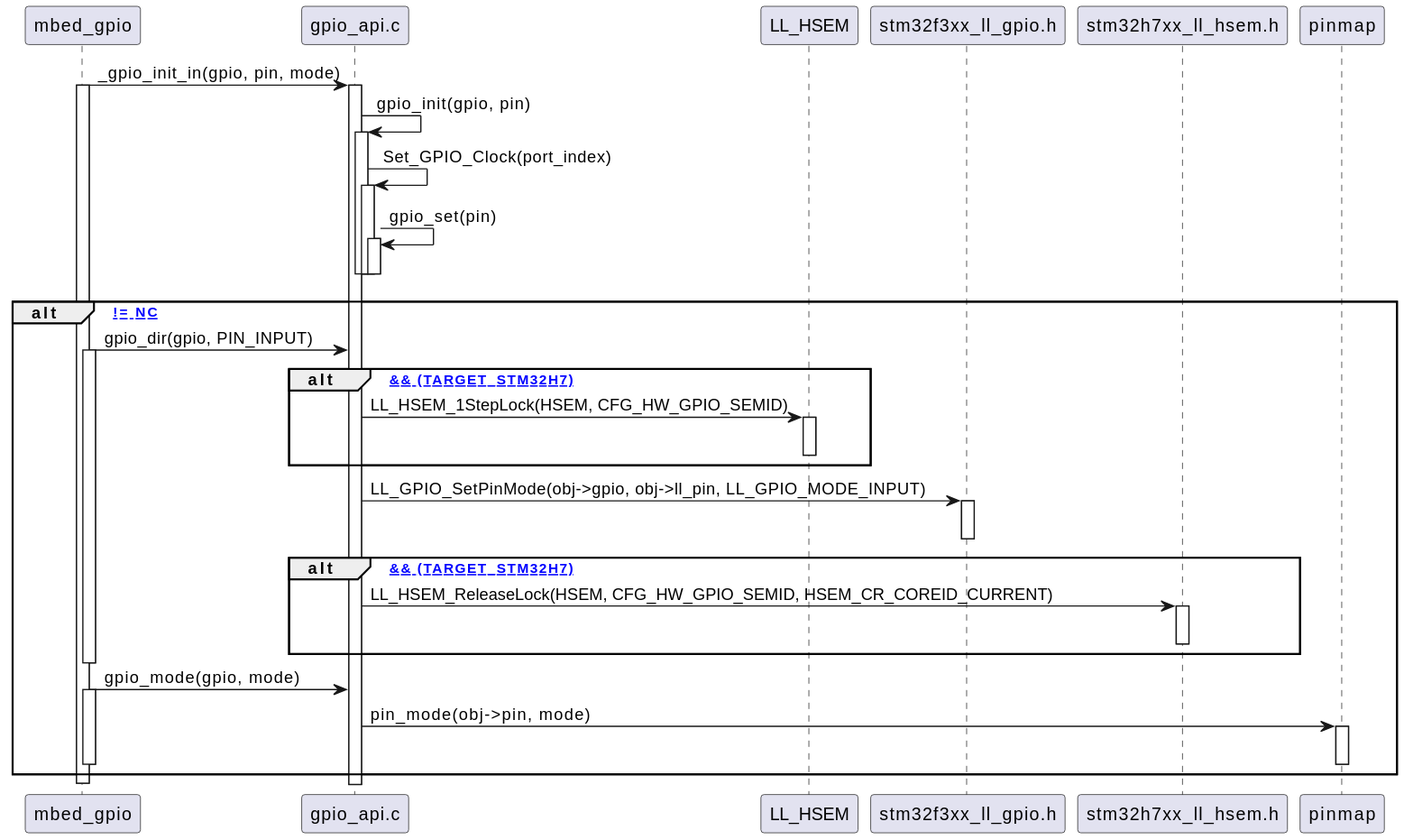
Before: ai-design/sequence/_gpio_init_in.svg, a diagram exported from PlantUML (Bhagyani08/test_project).
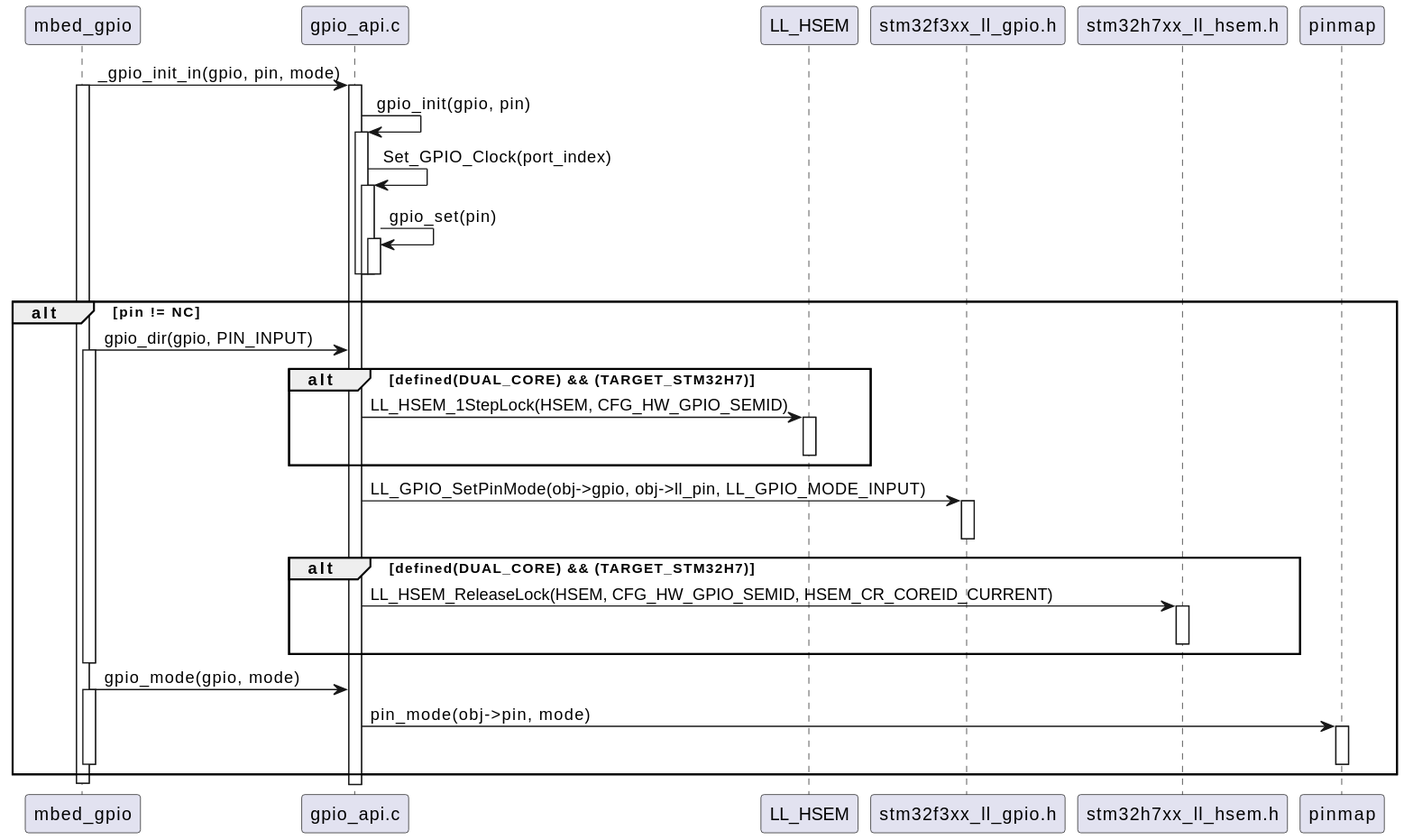
After the change.

Commit message:
Auto-update AI design diagrams

What changed in the source:
```diff
@@ -22,10 +22,10 @@
 deactivate gpio_api
 deactivate gpio_api
 deactivate gpio_api
-alt [pin != NC]
+alt pin != NC
     mbed_gpio -> gpio_api: gpio_dir(gpio, PIN_INPUT)
     activate mbed_gpio
-alt [defined(DUAL_CORE) && (TARGET_STM32H7)]
+alt defined(DUAL_CORE) && (TARGET_STM32H7)
         gpio_api -> LL_HSEM: LL_HSEM_1StepLock(HSEM, CFG_HW_GPIO_SEMID)
         activate LL_HSEM
         deactivate LL_HSEM
@@ -34,7 +34,7 @@
     gpio_api -> stm32f3xx_ll_gpio: LL_GPIO_SetPinMode(obj->gpio, obj->ll_pin, LL_GPIO_MODE_INPUT)
     activate stm32f3xx_ll_gpio
     deactivate stm32f3xx_ll_gpio
-alt [defined(DUAL_CORE) && (TARGET_STM32H7)]
+alt defined(DUAL_CORE) && (TARGET_STM32H7)
         gpio_api -> stm32h7xx_ll_hsem: LL_HSEM_ReleaseLock(HSEM, CFG_HW_GPIO_SEMID, HSEM_CR_COREID_CURRENT)
         activate stm32h7xx_ll_hsem
         deactivate stm32h7xx_ll_hsem
```
